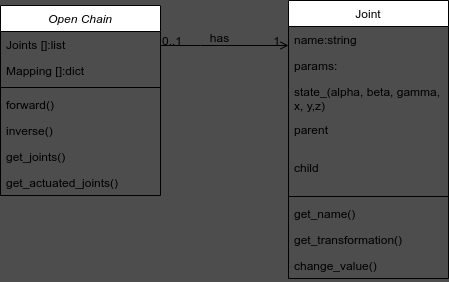
Before: docs/design/TriP.png, a diagram exported from draw.io (TriPed-Robot/trip_kinematics). Source tidied: cells renumbered, new cells last; positions are measured from the earlier drawing's top-left corner, leaving out a move shared by most shapes.
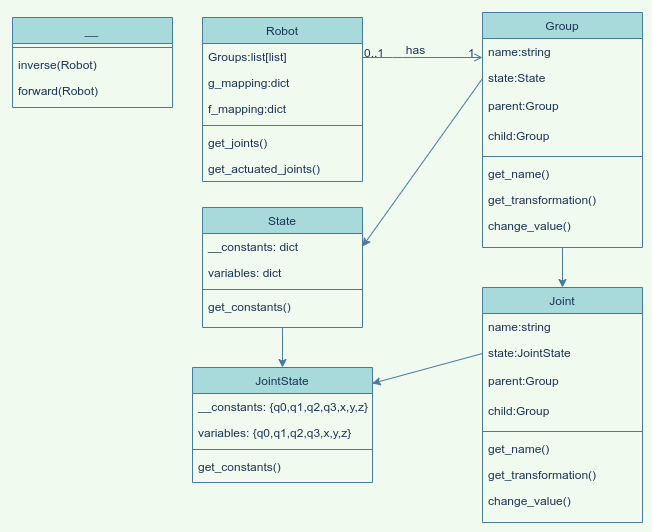
Later version of the same file.

Commit message:
Update class diagram

The edit, as a diff of the source:
```diff
@@ -1,62 +1,56 @@
-<mxGraphModel background="#4D4D4D">
+<mxGraphModel background="#F1FAEE" shadow="1">
   <root>
     <mxCell id="0" />
     <mxCell id="1" parent="0" />
-    <mxCell id="2" value="Open Chain&#10;" style="swimlane;fontStyle=2;align=center;verticalAlign=top;horizontal=1;startSize=26;rounded=0;shadow=0;strokeWidth=1;" parent="1" vertex="1">
-      <mxGeometry y="5" width="160" height="190" as="geometry" />
+    <mxCell id="2" value="Robot&#10;" style="swimlane;fontStyle=0;align=center;verticalAlign=top;horizontal=1;startSize=26;shadow=0;strokeWidth=1;fillColor=#A8DADC;strokeColor=#457B9D;fontColor=#1D3557;" parent="1" vertex="1">
+      <mxGeometry y="5" width="160" height="164" as="geometry" />
     </mxCell>
-    <mxCell id="3" value="Joints []:list&#10;" style="text;align=left;verticalAlign=top;spacingLeft=4;spacingRight=4;overflow=hidden;" parent="2" vertex="1">
+    <mxCell id="3" value="Groups:list[list]&#10;" style="text;align=left;verticalAlign=top;spacingLeft=4;spacingRight=4;overflow=hidden;fontColor=#1D3557;" parent="2" vertex="1">
       <mxGeometry y="26" width="160" height="26" as="geometry" />
     </mxCell>
-    <mxCell id="4" value="Mapping []:dict&#10;" style="text;align=left;verticalAlign=top;spacingLeft=4;spacingRight=4;overflow=hidden;rounded=0;shadow=0;html=0;" parent="2" vertex="1">
+    <mxCell id="4" value="g_mapping:dict&#10;" style="text;align=left;verticalAlign=top;spacingLeft=4;spacingRight=4;overflow=hidden;shadow=0;html=0;fontColor=#1D3557;" parent="2" vertex="1">
       <mxGeometry y="52" width="160" height="26" as="geometry" />
     </mxCell>
+    <mxCell id="24" value="f_mapping:dict&#10;" style="text;align=left;verticalAlign=top;spacingLeft=4;spacingRight=4;overflow=hidden;shadow=0;html=0;fontColor=#1D3557;" parent="2" vertex="1">
+      <mxGeometry y="78" width="160" height="26" as="geometry" />
+    </mxCell>
-    <mxCell id="5" style="line;html=1;strokeWidth=1;align=left;verticalAlign=middle;spacingTop=-1;spacingLeft=3;spacingRight=3;labelPosition=right;" parent="2" vertex="1">
-      <mxGeometry y="78" width="160" height="8" as="geometry" />
+    <mxCell id="5" style="line;html=1;strokeWidth=1;align=left;verticalAlign=middle;spacingTop=-1;spacingLeft=3;spacingRight=3;labelPosition=right;fillColor=#A8DADC;strokeColor=#457B9D;fontColor=#1D3557;labelBackgroundColor=#F1FAEE;" parent="2" vertex="1">
+      <mxGeometry y="104" width="160" height="8" as="geometry" />
     </mxCell>
-    <mxCell id="6" value="forward()&#10;&#10;" style="text;align=left;verticalAlign=top;spacingLeft=4;spacingRight=4;overflow=hidden;" parent="2" vertex="1">
-      <mxGeometry y="86" width="160" height="26" as="geometry" />
-    </mxCell>
-    <mxCell id="7" value="inverse()&#10;&#10;" style="text;align=left;verticalAlign=top;spacingLeft=4;spacingRight=4;overflow=hidden;" parent="2" vertex="1">
-      <mxGeometry y="112" width="160" height="26" as="geometry" />
-    </mxCell>
-    <mxCell id="8" value="get_joints()&#10;" style="text;align=left;verticalAlign=top;spacingLeft=4;spacingRight=4;overflow=hidden;" parent="2" vertex="1">
-      <mxGeometry y="138" width="160" height="26" as="geometry" />
+    <mxCell id="8" value="get_joints()&#10;" style="text;align=left;verticalAlign=top;spacingLeft=4;spacingRight=4;overflow=hidden;fontColor=#1D3557;" parent="2" vertex="1">
+      <mxGeometry y="112" width="160" height="26" as="geometry" />
     </mxCell>
-    <mxCell id="9" value="get_actuated_joints()&#10;" style="text;align=left;verticalAlign=top;spacingLeft=4;spacingRight=4;overflow=hidden;" parent="2" vertex="1">
-      <mxGeometry y="164" width="160" height="26" as="geometry" />
+    <mxCell id="9" value="get_actuated_joints()&#10;" style="text;align=left;verticalAlign=top;spacingLeft=4;spacingRight=4;overflow=hidden;fontColor=#1D3557;" parent="2" vertex="1">
+      <mxGeometry y="138" width="160" height="26" as="geometry" />
     </mxCell>
-    <mxCell id="10" value="Joint&#10;" style="swimlane;fontStyle=0;align=center;verticalAlign=top;horizontal=1;startSize=26;rounded=0;shadow=0;strokeWidth=1;" parent="1" vertex="1">
-      <mxGeometry x="288" width="160" height="278" as="geometry" />
+    <mxCell id="10" value="Group&#10;" style="swimlane;fontStyle=0;align=center;verticalAlign=top;horizontal=1;startSize=26;shadow=0;strokeWidth=1;fillColor=#A8DADC;strokeColor=#457B9D;fontColor=#1D3557;" parent="1" vertex="1">
+      <mxGeometry x="280" width="160" height="235" as="geometry" />
     </mxCell>
-    <mxCell id="11" value="name:string&#10;" style="text;align=left;verticalAlign=top;spacingLeft=4;spacingRight=4;overflow=hidden;" parent="10" vertex="1">
+    <mxCell id="11" value="name:string&#10;" style="text;align=left;verticalAlign=top;spacingLeft=4;spacingRight=4;overflow=hidden;fontColor=#1D3557;" parent="10" vertex="1">
       <mxGeometry y="26" width="160" height="26" as="geometry" />
     </mxCell>
-    <mxCell id="12" value="params:" style="text;align=left;verticalAlign=top;spacingLeft=4;spacingRight=4;overflow=hidden;" parent="10" vertex="1">
-      <mxGeometry y="52" width="160" height="26" as="geometry" />
-    </mxCell>
-    <mxCell id="13" value="state_(alpha, beta, gamma,&#10;x, y,z)&#10;" style="text;align=left;verticalAlign=top;spacingLeft=4;spacingRight=4;overflow=hidden;points=[[0,0.5],[1,0.5]];portConstraint=eastwest;rounded=0;shadow=0;html=0;" parent="10" vertex="1">
-      <mxGeometry y="78" width="160" height="38" as="geometry" />
+    <mxCell id="13" value="state:State" style="text;align=left;verticalAlign=top;spacingLeft=4;spacingRight=4;overflow=hidden;points=[[0,0.5],[1,0.5]];portConstraint=eastwest;shadow=0;html=0;fontColor=#1D3557;" parent="10" vertex="1">
+      <mxGeometry y="52" width="160" height="28" as="geometry" />
     </mxCell>
-    <mxCell id="14" value="parent" style="text;align=left;verticalAlign=top;spacingLeft=4;spacingRight=4;overflow=hidden;rounded=0;shadow=0;html=0;" parent="10" vertex="1">
-      <mxGeometry y="116" width="160" height="38" as="geometry" />
+    <mxCell id="14" value="parent:Group" style="text;align=left;verticalAlign=top;spacingLeft=4;spacingRight=4;overflow=hidden;shadow=0;html=0;fontColor=#1D3557;" parent="10" vertex="1">
+      <mxGeometry y="80" width="160" height="30" as="geometry" />
     </mxCell>
-    <mxCell id="15" value="child" style="text;align=left;verticalAlign=top;spacingLeft=4;spacingRight=4;overflow=hidden;rounded=0;shadow=0;html=0;" parent="10" vertex="1">
-      <mxGeometry y="154" width="160" height="38" as="geometry" />
+    <mxCell id="15" value="child:Group" style="text;align=left;verticalAlign=top;spacingLeft=4;spacingRight=4;overflow=hidden;shadow=0;html=0;fontColor=#1D3557;" parent="10" vertex="1">
+      <mxGeometry y="110" width="160" height="30" as="geometry" />
     </mxCell>
-    <mxCell id="16" style="line;html=1;strokeWidth=1;align=left;verticalAlign=middle;spacingTop=-1;spacingLeft=3;spacingRight=3;labelPosition=right;" parent="10" vertex="1">
-      <mxGeometry y="192" width="160" height="8" as="geometry" />
+    <mxCell id="16" style="line;html=1;strokeWidth=1;align=left;verticalAlign=middle;spacingTop=-1;spacingLeft=3;spacingRight=3;labelPosition=right;fillColor=#A8DADC;strokeColor=#457B9D;fontColor=#1D3557;labelBackgroundColor=#F1FAEE;" parent="10" vertex="1">
+      <mxGeometry y="140" width="160" height="8" as="geometry" />
     </mxCell>
-    <mxCell id="17" value="get_name()&#10;" style="text;align=left;verticalAlign=top;spacingLeft=4;spacingRight=4;overflow=hidden;" parent="10" vertex="1">
-      <mxGeometry y="200" width="160" height="26" as="geometry" />
+    <mxCell id="17" value="get_name()&#10;" style="text;align=left;verticalAlign=top;spacingLeft=4;spacingRight=4;overflow=hidden;fontColor=#1D3557;" parent="10" vertex="1">
+      <mxGeometry y="148" width="160" height="26" as="geometry" />
     </mxCell>
-    <mxCell id="18" value="get_transformation()" style="text;align=left;verticalAlign=top;spacingLeft=4;spacingRight=4;overflow=hidden;" parent="10" vertex="1">
-      <mxGeometry y="226" width="160" height="26" as="geometry" />
+    <mxCell id="18" value="get_transformation()" style="text;align=left;verticalAlign=top;spacingLeft=4;spacingRight=4;overflow=hidden;fontColor=#1D3557;" parent="10" vertex="1">
+      <mxGeometry y="174" width="160" height="26" as="geometry" />
     </mxCell>
-    <mxCell id="19" value="change_value()" style="text;align=left;verticalAlign=top;spacingLeft=4;spacingRight=4;overflow=hidden;" parent="10" vertex="1">
-      <mxGeometry y="252" width="160" height="26" as="geometry" />
+    <mxCell id="19" value="change_value()" style="text;align=left;verticalAlign=top;spacingLeft=4;spacingRight=4;overflow=hidden;fontColor=#1D3557;" parent="10" vertex="1">
+      <mxGeometry y="200" width="160" height="26" as="geometry" />
     </mxCell>
-    <mxCell id="20" style="endArrow=open;shadow=0;strokeWidth=1;rounded=0;endFill=1;edgeStyle=elbowEdgeStyle;elbow=vertical;" parent="1" edge="1" source="2" target="10">
+    <mxCell id="20" style="endArrow=open;shadow=0;strokeWidth=1;endFill=1;edgeStyle=elbowEdgeStyle;elbow=vertical;strokeColor=#457B9D;fontColor=#1D3557;labelBackgroundColor=#F1FAEE;" parent="1" edge="1" source="2" target="10">
       <mxGeometry x="0.5" y="41" relative="1" as="geometry">
         <Array as="points">
           <mxPoint x="200" y="45" />
@@ -64,20 +58,101 @@
         <mxPoint x="-40" y="32" as="offset" />
       </mxGeometry>
     </mxCell>
-    <mxCell id="21" value="0..1" style="align=left;verticalAlign=bottom;labelBackgroundColor=none;fontSize=12;" parent="20" vertex="1">
+    <mxCell id="21" value="0..1" style="align=left;verticalAlign=bottom;labelBackgroundColor=none;fontSize=12;fillColor=#A8DADC;strokeColor=#457B9D;fontColor=#1D3557;" parent="20" vertex="1">
       <mxGeometry x="-1" relative="1" as="geometry">
         <mxPoint y="4" as="offset" />
       </mxGeometry>
     </mxCell>
-    <mxCell id="22" value="1" style="align=right;verticalAlign=bottom;labelBackgroundColor=none;fontSize=12;" parent="20" vertex="1">
+    <mxCell id="22" value="1" style="align=right;verticalAlign=bottom;labelBackgroundColor=none;fontSize=12;fillColor=#A8DADC;strokeColor=#457B9D;fontColor=#1D3557;" parent="20" vertex="1">
       <mxGeometry x="1" relative="1" as="geometry">
         <mxPoint x="-7" y="4" as="offset" />
       </mxGeometry>
     </mxCell>
-    <mxCell id="23" value="&lt;div&gt;has&lt;/div&gt;" style="text;html=1;align=center;verticalAlign=middle;labelBackgroundColor=none;rounded=0;shadow=0;strokeWidth=1;fontSize=12;" parent="20" vertex="1">
+    <mxCell id="23" value="&lt;div&gt;has&lt;/div&gt;" style="text;html=1;align=center;verticalAlign=middle;labelBackgroundColor=none;shadow=0;strokeWidth=1;fontSize=12;fontColor=#1D3557;" parent="20" vertex="1">
       <mxGeometry x="0.5" y="49" relative="1" as="geometry">
         <mxPoint x="-38" y="40" as="offset" />
       </mxGeometry>
     </mxCell>
+    <mxCell id="25" style="endArrow=classic;html=1;entryX=0.5;entryY=0;entryDx=0;entryDy=0;exitX=0.5;exitY=1;exitDx=0;exitDy=0;strokeColor=#457B9D;fontColor=#1D3557;labelBackgroundColor=#F1FAEE;" parent="1" edge="1" source="10" target="37">
+      <mxGeometry relative="1" as="geometry" />
+    </mxCell>
+    <mxCell id="26" value="State" style="swimlane;fontStyle=0;align=center;verticalAlign=top;horizontal=1;startSize=26;shadow=0;strokeWidth=1;fillColor=#A8DADC;strokeColor=#457B9D;fontColor=#1D3557;" parent="1" vertex="1">
+      <mxGeometry y="195" width="160" height="120" as="geometry" />
+    </mxCell>
+    <mxCell id="27" value="__constants: dict" style="text;align=left;verticalAlign=top;spacingLeft=4;spacingRight=4;overflow=hidden;points=[[0,0.5],[1,0.5]];portConstraint=eastwest;fontColor=#1D3557;" parent="26" vertex="1">
+      <mxGeometry y="26" width="160" height="26" as="geometry" />
+    </mxCell>
+    <mxCell id="28" value="variables: dict" style="text;align=left;verticalAlign=top;spacingLeft=4;spacingRight=4;overflow=hidden;fontColor=#1D3557;" parent="26" vertex="1">
+      <mxGeometry y="52" width="160" height="26" as="geometry" />
+    </mxCell>
+    <mxCell id="29" style="line;html=1;strokeWidth=1;align=left;verticalAlign=middle;spacingTop=-1;spacingLeft=3;spacingRight=3;labelPosition=right;fillColor=#A8DADC;strokeColor=#457B9D;fontColor=#1D3557;labelBackgroundColor=#F1FAEE;" parent="26" vertex="1">
+      <mxGeometry y="78" width="160" height="8" as="geometry" />
+    </mxCell>
+    <mxCell id="30" value="get_constants()" style="text;align=left;verticalAlign=top;spacingLeft=4;spacingRight=4;overflow=hidden;fontColor=#1D3557;" parent="26" vertex="1">
+      <mxGeometry y="86" width="160" height="26" as="geometry" />
+    </mxCell>
+    <mxCell id="31" value="JointState" style="swimlane;fontStyle=0;align=center;verticalAlign=top;horizontal=1;startSize=26;shadow=0;strokeWidth=1;fillColor=#A8DADC;strokeColor=#457B9D;fontColor=#1D3557;" parent="1" vertex="1">
+      <mxGeometry x="-10" y="355" width="180" height="115" as="geometry" />
+    </mxCell>
+    <mxCell id="32" value="__constants: {q0,q1,q2,q3,x,y,z}" style="text;align=left;verticalAlign=top;spacingLeft=4;spacingRight=4;overflow=hidden;fontColor=#1D3557;" parent="31" vertex="1">
+      <mxGeometry y="26" width="180" height="26" as="geometry" />
+    </mxCell>
+    <mxCell id="33" value="variables: {q0,q1,q2,q3,x,y,z}" style="text;align=left;verticalAlign=top;spacingLeft=4;spacingRight=4;overflow=hidden;fontColor=#1D3557;" parent="31" vertex="1">
+      <mxGeometry y="52" width="180" height="26" as="geometry" />
+    </mxCell>
+    <mxCell id="34" style="line;html=1;strokeWidth=1;align=left;verticalAlign=middle;spacingTop=-1;spacingLeft=3;spacingRight=3;labelPosition=right;fillColor=#A8DADC;strokeColor=#457B9D;fontColor=#1D3557;labelBackgroundColor=#F1FAEE;" parent="31" vertex="1">
+      <mxGeometry y="78" width="180" height="8" as="geometry" />
+    </mxCell>
+    <mxCell id="35" value="get_constants()" style="text;align=left;verticalAlign=top;spacingLeft=4;spacingRight=4;overflow=hidden;fontColor=#1D3557;" parent="31" vertex="1">
+      <mxGeometry y="86" width="180" height="26" as="geometry" />
+    </mxCell>
+    <mxCell id="36" style="endArrow=classic;html=1;exitX=0.5;exitY=1;exitDx=0;exitDy=0;entryX=0.5;entryY=0;entryDx=0;entryDy=0;strokeColor=#457B9D;fontColor=#1D3557;labelBackgroundColor=#F1FAEE;" parent="1" edge="1" source="26" target="31">
+      <mxGeometry relative="1" as="geometry" />
+    </mxCell>
+    <mxCell id="37" value="Joint&#10;" style="swimlane;fontStyle=0;align=center;verticalAlign=top;horizontal=1;startSize=26;shadow=0;strokeWidth=1;fillColor=#A8DADC;strokeColor=#457B9D;fontColor=#1D3557;" parent="1" vertex="1">
+      <mxGeometry x="280" y="275" width="160" height="235" as="geometry" />
+    </mxCell>
+    <mxCell id="38" value="name:string&#10;" style="text;align=left;verticalAlign=top;spacingLeft=4;spacingRight=4;overflow=hidden;fontColor=#1D3557;" parent="37" vertex="1">
+      <mxGeometry y="26" width="160" height="26" as="geometry" />
+    </mxCell>
+    <mxCell id="39" value="state:JointState" style="text;align=left;verticalAlign=top;spacingLeft=4;spacingRight=4;overflow=hidden;points=[[0,0.5],[1,0.5]];portConstraint=eastwest;shadow=0;html=0;fontColor=#1D3557;" parent="37" vertex="1">
+      <mxGeometry y="52" width="160" height="28" as="geometry" />
+    </mxCell>
+    <mxCell id="40" value="parent:Group" style="text;align=left;verticalAlign=top;spacingLeft=4;spacingRight=4;overflow=hidden;shadow=0;html=0;fontColor=#1D3557;" parent="37" vertex="1">
+      <mxGeometry y="80" width="160" height="30" as="geometry" />
+    </mxCell>
+    <mxCell id="41" value="child:Group" style="text;align=left;verticalAlign=top;spacingLeft=4;spacingRight=4;overflow=hidden;shadow=0;html=0;fontColor=#1D3557;" parent="37" vertex="1">
+      <mxGeometry y="110" width="160" height="30" as="geometry" />
+    </mxCell>
+    <mxCell id="42" style="line;html=1;strokeWidth=1;align=left;verticalAlign=middle;spacingTop=-1;spacingLeft=3;spacingRight=3;labelPosition=right;fillColor=#A8DADC;strokeColor=#457B9D;fontColor=#1D3557;labelBackgroundColor=#F1FAEE;" parent="37" vertex="1">
+      <mxGeometry y="140" width="160" height="8" as="geometry" />
+    </mxCell>
+    <mxCell id="43" value="get_name()&#10;" style="text;align=left;verticalAlign=top;spacingLeft=4;spacingRight=4;overflow=hidden;fontColor=#1D3557;" parent="37" vertex="1">
+      <mxGeometry y="148" width="160" height="26" as="geometry" />
+    </mxCell>
+    <mxCell id="44" value="get_transformation()" style="text;align=left;verticalAlign=top;spacingLeft=4;spacingRight=4;overflow=hidden;fontColor=#1D3557;" parent="37" vertex="1">
+      <mxGeometry y="174" width="160" height="26" as="geometry" />
+    </mxCell>
+    <mxCell id="45" value="change_value()" style="text;align=left;verticalAlign=top;spacingLeft=4;spacingRight=4;overflow=hidden;fontColor=#1D3557;" parent="37" vertex="1">
+      <mxGeometry y="200" width="160" height="26" as="geometry" />
+    </mxCell>
+    <mxCell id="46" value="__" style="swimlane;fontStyle=2;align=center;verticalAlign=top;horizontal=1;startSize=26;shadow=0;strokeWidth=1;fillColor=#A8DADC;strokeColor=#457B9D;fontColor=#1D3557;" parent="1" vertex="1">
+      <mxGeometry x="-190" y="5" width="160" height="90" as="geometry" />
+    </mxCell>
+    <mxCell id="47" style="line;html=1;strokeWidth=1;align=left;verticalAlign=middle;spacingTop=-1;spacingLeft=3;spacingRight=3;labelPosition=right;fillColor=#A8DADC;strokeColor=#457B9D;fontColor=#1D3557;labelBackgroundColor=#F1FAEE;" parent="46" vertex="1">
+      <mxGeometry y="26" width="160" height="8" as="geometry" />
+    </mxCell>
+    <mxCell id="48" value="inverse(Robot)" style="text;align=left;verticalAlign=top;spacingLeft=4;spacingRight=4;overflow=hidden;fontColor=#1D3557;" parent="46" vertex="1">
+      <mxGeometry y="34" width="160" height="26" as="geometry" />
+    </mxCell>
+    <mxCell id="49" value="forward(Robot)" style="text;align=left;verticalAlign=top;spacingLeft=4;spacingRight=4;overflow=hidden;fontColor=#1D3557;" parent="46" vertex="1">
+      <mxGeometry y="60" width="160" height="26" as="geometry" />
+    </mxCell>
+    <mxCell id="50" style="endArrow=classic;html=1;exitX=0;exitY=0.5;exitDx=0;exitDy=0;entryX=1;entryY=0.5;entryDx=0;entryDy=0;strokeColor=#457B9D;fontColor=#1D3557;labelBackgroundColor=#F1FAEE;" parent="1" edge="1" source="13" target="27">
+      <mxGeometry relative="1" as="geometry" />
+    </mxCell>
+    <mxCell id="51" style="endArrow=classic;html=1;exitX=0;exitY=0.5;exitDx=0;exitDy=0;entryX=0.998;entryY=0.139;entryDx=0;entryDy=0;entryPerimeter=0;strokeColor=#457B9D;fontColor=#1D3557;labelBackgroundColor=#F1FAEE;" parent="1" edge="1" source="39" target="31">
+      <mxGeometry relative="1" as="geometry" />
+    </mxCell>
   </root>
 </mxGraphModel>
```
